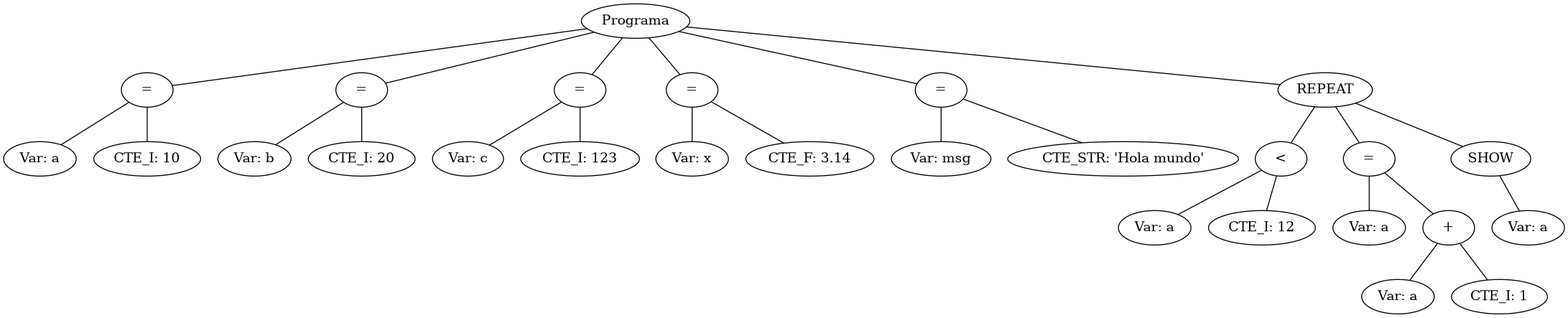
MatiasHerrneder/compiladores-2026 keeps this Graphviz diagram as arbol.png. Above is the earlier version. Its source is kept beside it as arbol.dot.
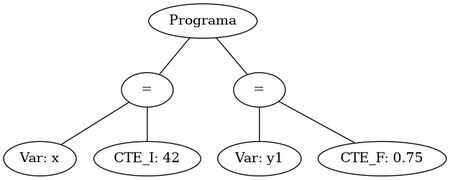
Later version of the same file.

What changed in the source:
```diff
@@ -1,60 +1,16 @@
 graph G {nodo_programa [label="Programa"]
-nodo_var_1205453502 [label="Var: a"]
-nodo_asig_1173750329 -- nodo_var_1205453502
+nodo_var_1587648102 [label="Var: x"]
+nodo_asig_192951839 -- nodo_var_1587648102
 
-nodo_cte_i_999363463 [label="CTE_I: 10"]
-nodo_asig_1173750329 -- nodo_cte_i_999363463
-nodo_asig_1173750329 [label="="]
-nodo_programa -- nodo_asig_1173750329
-nodo_var_927366868 [label="Var: b"]
-nodo_asig_1112824685 -- nodo_var_927366868
+nodo_cte_i_1083039370 [label="CTE_I: 42"]
+nodo_asig_192951839 -- nodo_cte_i_1083039370
+nodo_asig_192951839 [label="="]
+nodo_programa -- nodo_asig_192951839
+nodo_var_785575997 [label="Var: y1"]
+nodo_asig_610802273 -- nodo_var_785575997
 
-nodo_cte_i_1048811184 [label="CTE_I: 20"]
-nodo_asig_1112824685 -- nodo_cte_i_1048811184
-nodo_asig_1112824685 [label="="]
-nodo_programa -- nodo_asig_1112824685
-nodo_var_1842481701 [label="Var: c"]
-nodo_asig_230533068 -- nodo_var_1842481701
-
-nodo_cte_i_1776707989 [label="CTE_I: 123"]
-nodo_asig_230533068 -- nodo_cte_i_1776707989
-nodo_asig_230533068 [label="="]
-nodo_programa -- nodo_asig_230533068
-nodo_var_730929514 [label="Var: x"]
-nodo_asig_1265783823 -- nodo_var_730929514
-
-nodo_cte_f_1458552095 [label="CTE_F: 3.14"]
-nodo_asig_1265783823 -- nodo_cte_f_1458552095
-nodo_asig_1265783823 [label="="]
-nodo_programa -- nodo_asig_1265783823
-nodo_var_313581113 [label="Var: msg"]
-nodo_asig_1142345965 -- nodo_var_313581113
-
-nodo_cte_str_2051222887 [label="CTE_STR: 'Hola mundo'"]
-nodo_asig_1142345965 -- nodo_cte_str_2051222887
-nodo_asig_1142345965 [label="="]
-nodo_programa -- nodo_asig_1142345965
-nodo_repeat_774577936 [label="REPEAT"]
-nodo_cond_1548235648 [label="<"]
-nodo_repeat_774577936 -- nodo_cond_1548235648
-nodo_var_1209892646 [label="Var: a"]
-nodo_cond_1548235648 -- nodo_var_1209892646
-nodo_cte_i_735468375 [label="CTE_I: 12"]
-nodo_cond_1548235648 -- nodo_cte_i_735468375
-nodo_programa -- nodo_repeat_774577936
-nodo_var_1077608127 [label="Var: a"]
-nodo_asig_1567822498 -- nodo_var_1077608127
-
-nodo_expbin_1677544913 [label="+"]
-nodo_asig_1567822498 -- nodo_expbin_1677544913
-nodo_var_2053684762 [label="Var: a"]
-nodo_expbin_1677544913 -- nodo_var_2053684762
-nodo_cte_i_1061901815 [label="CTE_I: 1"]
-nodo_expbin_1677544913 -- nodo_cte_i_1061901815
-nodo_asig_1567822498 [label="="]
-nodo_repeat_774577936 -- nodo_asig_1567822498
-nodo_var_554289313 [label="Var: a"]
-nodo_show_680758183 -- nodo_var_554289313
-nodo_show_680758183 [label="SHOW"]
-nodo_repeat_774577936 -- nodo_show_680758183
+nodo_cte_f_2089959719 [label="CTE_F: 0.75"]
+nodo_asig_610802273 -- nodo_cte_f_2089959719
+nodo_asig_610802273 [label="="]
+nodo_programa -- nodo_asig_610802273
 }
```
